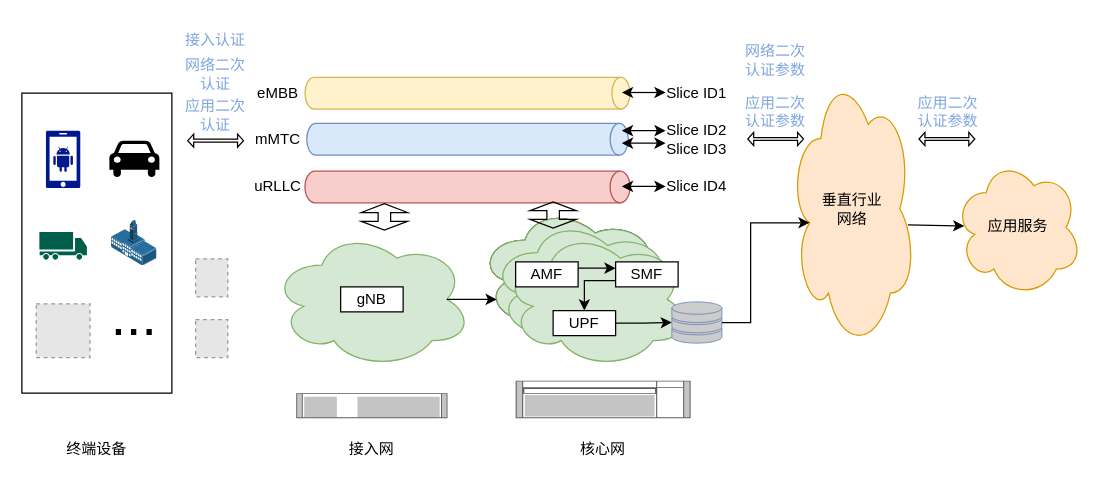
This is doc/研究思路.drawio from zjr162/drawio-desktop, a draw.io file, before an edit. Source tidied: cells renumbered, new cells numbered last; positions are measured from the earlier drawing's top-left corner, leaving out a move shared by most shapes. Both pictures are drawn from the tidied source at 125%, with x=0, y=0 at pixel (21, -70). Pictures stored in the file or linked from it are replaced by grey dashed boxes.
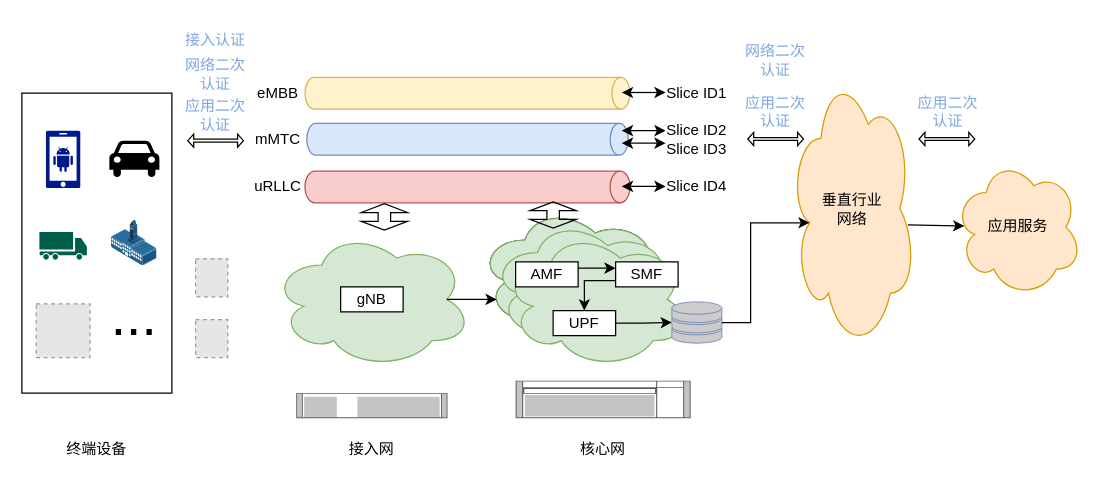
After the change.

Commit message:
更新研究思路.drawio

Change to the diagram source:
```diff
@@
-    <mxCell id="56" value="&lt;font color=&quot;#7ea6e0&quot;&gt;网络二次认证参数&lt;br&gt;&lt;/font&gt;" style="text;html=1;strokeColor=none;fillColor=none;align=center;verticalAlign=middle;whiteSpace=wrap;rounded=0;" parent="1" vertex="1">
+    <mxCell id="56" value="&lt;font color=&quot;#7ea6e0&quot;&gt;网络二次认证&lt;br&gt;&lt;/font&gt;" style="text;html=1;strokeColor=none;fillColor=none;align=center;verticalAlign=middle;whiteSpace=wrap;rounded=0;" parent="1" vertex="1">
       <mxGeometry x="573" y="89" width="60" height="30" as="geometry" />
     </mxCell>
-    <mxCell id="57" value="&lt;font color=&quot;#7ea6e0&quot;&gt;应用二次认证参数&lt;br&gt;&lt;/font&gt;" style="text;html=1;strokeColor=none;fillColor=none;align=center;verticalAlign=middle;whiteSpace=wrap;rounded=0;" parent="1" vertex="1">
+    <mxCell id="57" value="&lt;font color=&quot;#7ea6e0&quot;&gt;应用二次认证&lt;br&gt;&lt;/font&gt;" style="text;html=1;strokeColor=none;fillColor=none;align=center;verticalAlign=middle;whiteSpace=wrap;rounded=0;" parent="1" vertex="1">
       <mxGeometry x="573" y="130" width="60" height="30" as="geometry" />
     </mxCell>
@@
-    <mxCell id="59" value="&lt;font color=&quot;#7ea6e0&quot;&gt;应用二次认证参数&lt;br&gt;&lt;/font&gt;" style="text;html=1;strokeColor=none;fillColor=none;align=center;verticalAlign=middle;whiteSpace=wrap;rounded=0;" parent="1" vertex="1">
+    <mxCell id="59" value="&lt;font color=&quot;#7ea6e0&quot;&gt;应用二次认证&lt;br&gt;&lt;/font&gt;" style="text;html=1;strokeColor=none;fillColor=none;align=center;verticalAlign=middle;whiteSpace=wrap;rounded=0;" parent="1" vertex="1">
       <mxGeometry x="711" y="130" width="60" height="30" as="geometry" />
     </mxCell>
```
